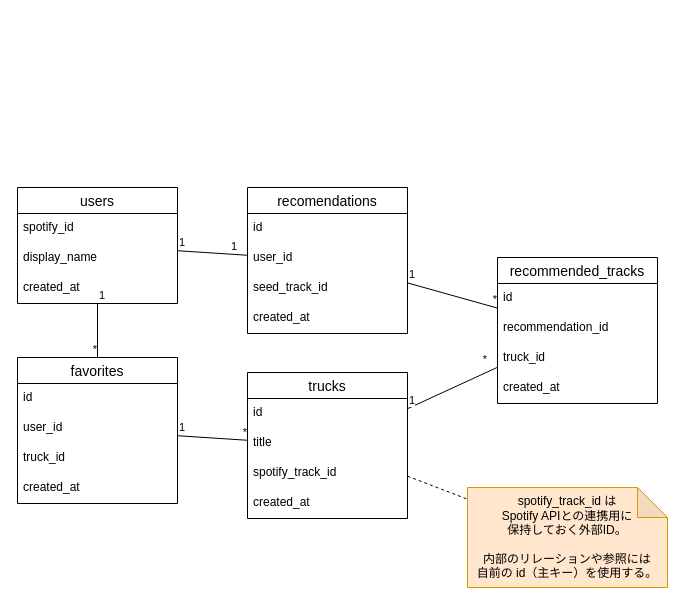
This is docs/er-diagram.drawio from eito0518/digbeats-v2, a draw.io file, before an edit. Source tidied: cells renumbered, new cells numbered last; positions are measured from the earlier drawing's top-left corner, leaving out a move shared by most shapes. Both pictures are drawn from the tidied source at 100%, with x=0, y=0 at pixel (17, 187).
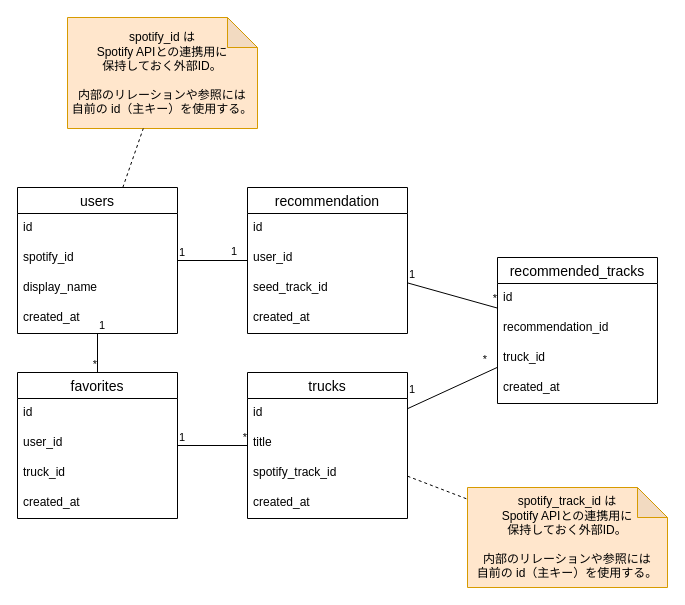
The same diagram, later.

Commit message (it also covers changes not shown here):
add: データベース定義（DDL）を追加

Unchanged cells that the change refers to:
```xml
<mxCell id="35" style="endArrow=none;html=1;" parent="1" edge="1" source="6" target="21">
  <mxGeometry relative="1" as="geometry" />
</mxCell>
<mxCell id="38" style="endArrow=none;html=1;" parent="1" edge="1" source="16" target="21">
  <mxGeometry relative="1" as="geometry" />
</mxCell>
```

What changed in the source:
```diff
@@
     <mxCell id="2" value="users" style="swimlane;fontStyle=0;horizontal=1;startSize=26;align=center;fontSize=14;" parent="1" vertex="1">
-      <mxGeometry width="160" height="116" as="geometry" />
+      <mxGeometry width="160" height="146" as="geometry" />
     </mxCell>
+    <mxCell id="43" value="id" style="text;strokeColor=none;fillColor=none;spacingLeft=4;spacingRight=4;overflow=hidden;fontSize=12;whiteSpace=wrap;html=1;" parent="2" vertex="1">
+      <mxGeometry y="26" width="160" height="30" as="geometry" />
+    </mxCell>
     <mxCell id="3" value="spotify_id" style="text;strokeColor=none;fillColor=none;spacingLeft=4;spacingRight=4;overflow=hidden;fontSize=12;whiteSpace=wrap;html=1;" parent="2" vertex="1">
-      <mxGeometry y="26" width="160" height="30" as="geometry" />
+      <mxGeometry y="56" width="160" height="30" as="geometry" />
     </mxCell>
     <mxCell id="4" value="display_name" style="text;strokeColor=none;fillColor=none;spacingLeft=4;spacingRight=4;overflow=hidden;fontSize=12;whiteSpace=wrap;html=1;" parent="2" vertex="1">
-      <mxGeometry y="56" width="160" height="30" as="geometry" />
+      <mxGeometry y="86" width="160" height="30" as="geometry" />
     </mxCell>
     <mxCell id="5" value="created_at" style="text;strokeColor=none;fillColor=none;spacingLeft=4;spacingRight=4;overflow=hidden;fontSize=12;whiteSpace=wrap;html=1;" parent="2" vertex="1">
-      <mxGeometry y="86" width="160" height="30" as="geometry" />
+      <mxGeometry y="116" width="160" height="30" as="geometry" />
     </mxCell>
-    <mxCell id="6" value="recomendations" style="swimlane;fontStyle=0;horizontal=1;startSize=26;align=center;fontSize=14;" parent="1" vertex="1">
+    <mxCell id="6" value="recommendation" style="swimlane;fontStyle=0;horizontal=1;startSize=26;align=center;fontSize=14;" parent="1" vertex="1">
       <mxGeometry x="230" width="160" height="146" as="geometry" />
     </mxCell>
@@
     <mxCell id="11" value="favorites" style="swimlane;fontStyle=0;horizontal=1;startSize=26;align=center;fontSize=14;" parent="1" vertex="1">
-      <mxGeometry y="170" width="160" height="146" as="geometry" />
+      <mxGeometry y="185" width="160" height="146" as="geometry" />
     </mxCell>
@@
     <mxCell id="37" value="*" style="edgeLabel;html=1;align=right;verticalAlign=bottom;" parent="35" vertex="1">
-      <mxGeometry x="1" relative="1" as="geometry" />
+      <mxGeometry x="1" relative="1" as="geometry">
+        <mxPoint y="-1" as="offset" />
+      </mxGeometry>
     </mxCell>
@@
     <mxCell id="39" value="1" style="edgeLabel;html=1;align=left;verticalAlign=bottom;" parent="38" vertex="1">
-      <mxGeometry x="-1" relative="1" as="geometry" />
+      <mxGeometry x="-1" relative="1" as="geometry">
+        <mxPoint y="-11" as="offset" />
+      </mxGeometry>
     </mxCell>
@@
+    <mxCell id="44" value="spotify_id は&lt;div&gt;Spotify APIとの&lt;span style=&quot;background-color: transparent;&quot;&gt;連携用に&lt;/span&gt;&lt;/div&gt;&lt;div&gt;&lt;span style=&quot;background-color: transparent;&quot;&gt;保持しておく外部ID。&lt;/span&gt;&lt;div&gt;&lt;br&gt;&lt;div&gt;内部のリレーションや参照には&lt;/div&gt;&lt;div&gt;自前の id（主キー）を使用する。&lt;/div&gt;&lt;/div&gt;&lt;/div&gt;" style="shape=note;whiteSpace=wrap;html=1;backgroundOutline=1;darkOpacity=0.05;fillColor=#ffe6cc;strokeColor=#d79b00;" parent="1" vertex="1">
+      <mxGeometry x="50" y="-170" width="190" height="111" as="geometry" />
+    </mxCell>
+    <mxCell id="45" style="endArrow=none;dashed=1;html=1;" parent="1" edge="1" source="2" target="44">
+      <mxGeometry relative="1" as="geometry" />
+    </mxCell>
```
